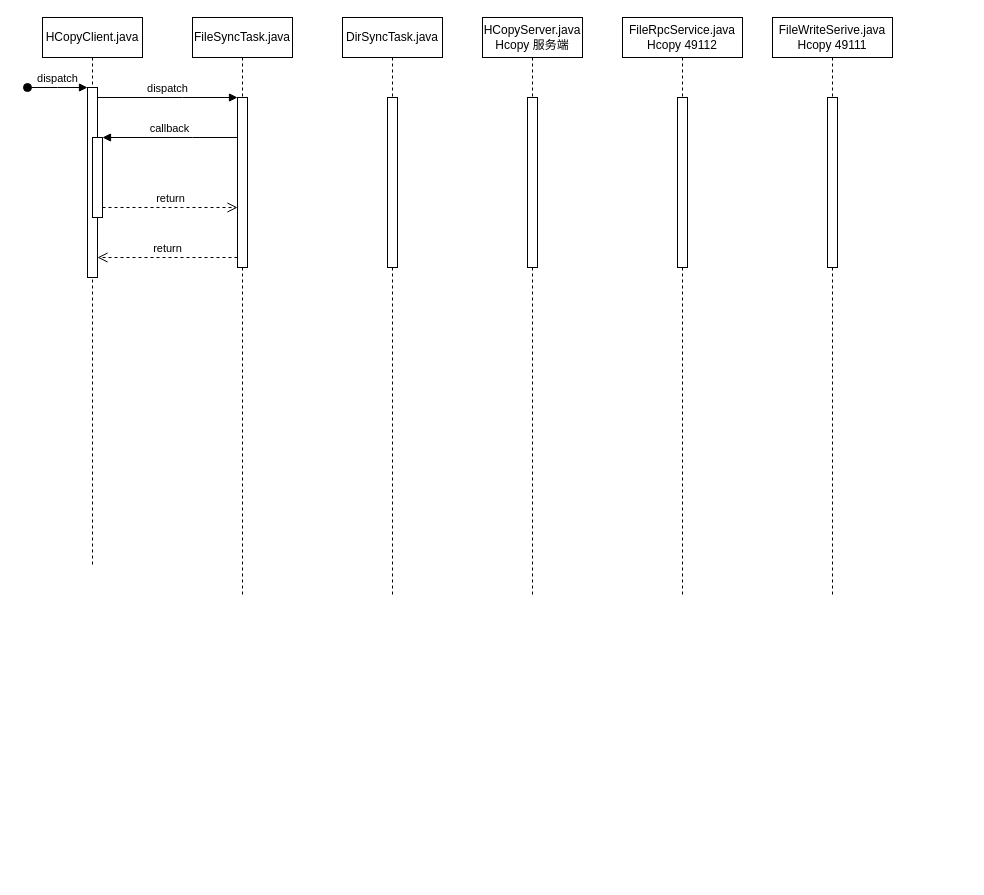
Before: seq.drawio in int32max/myjs, a draw.io diagram. Source tidied: cells renumbered, new cells numbered last; positions are measured from the earlier drawing's top-left corner, leaving out a move shared by most shapes. Both pictures are drawn from the tidied source at 100%, with x=0, y=0 at pixel (27, 17).
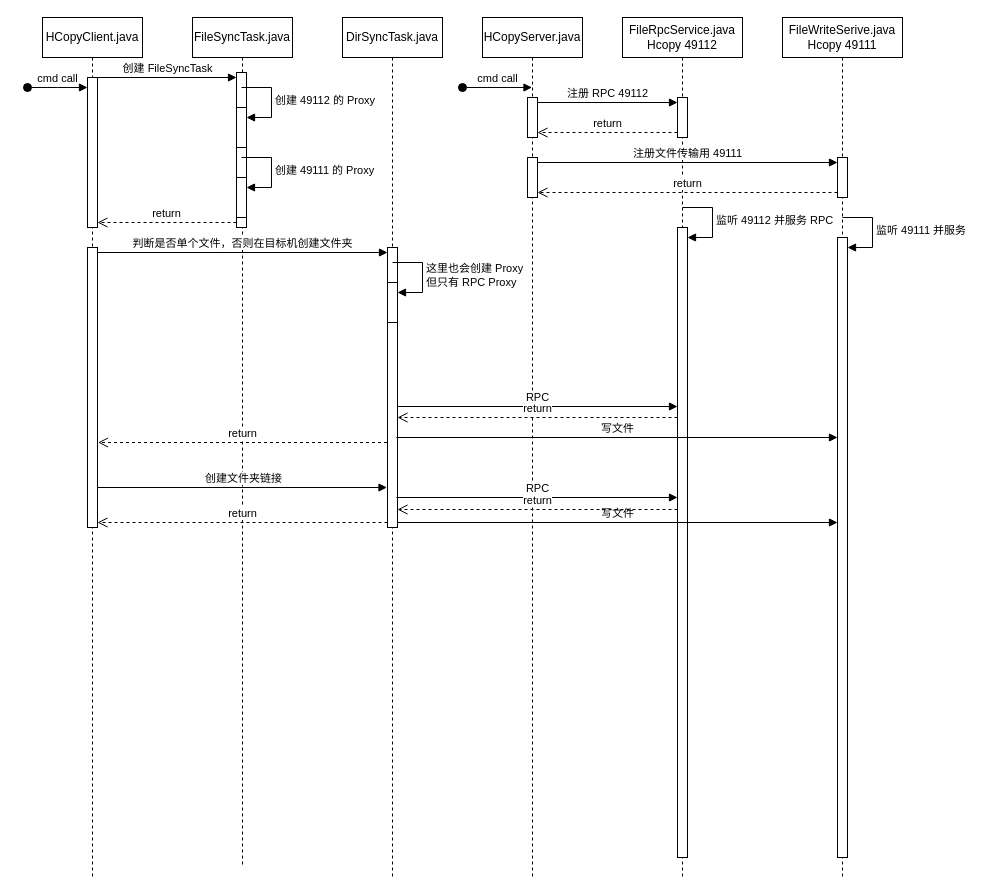
The same page after the edit.

What changed in the source:
```diff
@@
     <mxCell id="2" value="HCopyClient.java" style="shape=umlLifeline;perimeter=lifelinePerimeter;whiteSpace=wrap;html=1;newEdgeStyle={&quot;edgeStyle&quot;:&quot;elbowEdgeStyle&quot;,&quot;elbow&quot;:&quot;vertical&quot;,&quot;curved&quot;:0,&quot;rounded&quot;:0};" parent="1" vertex="1">
-      <mxGeometry x="15" width="100" height="550" as="geometry" />
+      <mxGeometry x="15" width="100" height="860" as="geometry" />
     </mxCell>
     <mxCell id="3" style="html=1;points=[];perimeter=orthogonalPerimeter;outlineConnect=0;targetShapes=umlLifeline;portConstraint=eastwest;newEdgeStyle={&quot;edgeStyle&quot;:&quot;elbowEdgeStyle&quot;,&quot;elbow&quot;:&quot;vertical&quot;,&quot;curved&quot;:0,&quot;rounded&quot;:0};" parent="2" vertex="1">
-      <mxGeometry x="45" y="70" width="10" height="190" as="geometry" />
+      <mxGeometry x="45" y="60" width="10" height="150" as="geometry" />
     </mxCell>
-    <mxCell id="4" value="dispatch" style="html=1;verticalAlign=bottom;startArrow=oval;endArrow=block;startSize=8;edgeStyle=elbowEdgeStyle;elbow=vertical;curved=0;rounded=0;" parent="2" edge="1" target="3">
+    <mxCell id="4" value="cmd call" style="html=1;verticalAlign=bottom;startArrow=oval;endArrow=block;startSize=8;edgeStyle=elbowEdgeStyle;elbow=vertical;curved=0;rounded=0;" parent="2" edge="1" target="3">
       <mxGeometry relative="1" as="geometry">
         <mxPoint x="-15" y="70" as="sourcePoint" />
       </mxGeometry>
     </mxCell>
-    <mxCell id="5" style="html=1;points=[];perimeter=orthogonalPerimeter;outlineConnect=0;targetShapes=umlLifeline;portConstraint=eastwest;newEdgeStyle={&quot;edgeStyle&quot;:&quot;elbowEdgeStyle&quot;,&quot;elbow&quot;:&quot;vertical&quot;,&quot;curved&quot;:0,&quot;rounded&quot;:0};" parent="2" vertex="1">
-      <mxGeometry x="50" y="120" width="10" height="80" as="geometry" />
-    </mxCell>
+    <mxCell id="20" style="html=1;points=[[0,0,0,0,5],[0,1,0,0,-5],[1,0,0,0,5],[1,1,0,0,-5]];perimeter=orthogonalPerimeter;outlineConnect=0;targetShapes=umlLifeline;portConstraint=eastwest;newEdgeStyle={&quot;curved&quot;:0,&quot;rounded&quot;:0};" parent="2" vertex="1">
+      <mxGeometry x="45" y="230" width="10" height="280" as="geometry" />
+    </mxCell>
     <mxCell id="6" value="FileSyncTask.java" style="shape=umlLifeline;perimeter=lifelinePerimeter;whiteSpace=wrap;html=1;newEdgeStyle={&quot;edgeStyle&quot;:&quot;elbowEdgeStyle&quot;,&quot;elbow&quot;:&quot;vertical&quot;,&quot;curved&quot;:0,&quot;rounded&quot;:0};" parent="1" vertex="1">
-      <mxGeometry x="165" width="100" height="580" as="geometry" />
+      <mxGeometry x="165" width="100" height="850" as="geometry" />
     </mxCell>
-    <mxCell id="7" style="html=1;points=[];perimeter=orthogonalPerimeter;outlineConnect=0;targetShapes=umlLifeline;portConstraint=eastwest;newEdgeStyle={&quot;edgeStyle&quot;:&quot;elbowEdgeStyle&quot;,&quot;elbow&quot;:&quot;vertical&quot;,&quot;curved&quot;:0,&quot;rounded&quot;:0};" parent="6" vertex="1">
-      <mxGeometry x="45" y="80" width="10" height="170" as="geometry" />
-    </mxCell>
-    <mxCell id="8" value="dispatch" style="html=1;verticalAlign=bottom;endArrow=block;edgeStyle=elbowEdgeStyle;elbow=vertical;curved=0;rounded=0;" parent="1" edge="1" source="3" target="7">
-      <mxGeometry relative="1" as="geometry">
-        <Array as="points">
-          <mxPoint x="155" y="80" />
-        </Array>
-      </mxGeometry>
-    </mxCell>
-    <mxCell id="9" value="return" style="html=1;verticalAlign=bottom;endArrow=open;dashed=1;endSize=8;edgeStyle=elbowEdgeStyle;elbow=vertical;curved=0;rounded=0;" parent="1" edge="1" source="7" target="3">
-      <mxGeometry relative="1" as="geometry">
-        <Array as="points">
-          <mxPoint x="165" y="240" />
-        </Array>
-      </mxGeometry>
-    </mxCell>
-    <mxCell id="10" value="callback" style="html=1;verticalAlign=bottom;endArrow=block;edgeStyle=elbowEdgeStyle;elbow=vertical;curved=0;rounded=0;" parent="1" edge="1" source="7" target="5">
-      <mxGeometry relative="1" as="geometry">
-        <Array as="points">
-          <mxPoint x="165" y="120" />
-        </Array>
-      </mxGeometry>
-    </mxCell>
-    <mxCell id="11" value="return" style="html=1;verticalAlign=bottom;endArrow=open;dashed=1;endSize=8;edgeStyle=elbowEdgeStyle;elbow=vertical;curved=0;rounded=0;" parent="1" edge="1" source="5" target="7">
-      <mxGeometry relative="1" as="geometry">
-        <Array as="points">
-          <mxPoint x="155" y="190" />
-        </Array>
-      </mxGeometry>
-    </mxCell>
+    <mxCell id="21" style="html=1;points=[[0,0,0,0,5],[0,1,0,0,-5],[1,0,0,0,5],[1,1,0,0,-5]];perimeter=orthogonalPerimeter;outlineConnect=0;targetShapes=umlLifeline;portConstraint=eastwest;newEdgeStyle={&quot;curved&quot;:0,&quot;rounded&quot;:0};" parent="6" vertex="1">
+      <mxGeometry x="44" y="55" width="10" height="155" as="geometry" />
+    </mxCell>
+    <mxCell id="22" style="html=1;points=[[0,0,0,0,5],[0,1,0,0,-5],[1,0,0,0,5],[1,1,0,0,-5]];perimeter=orthogonalPerimeter;outlineConnect=0;targetShapes=umlLifeline;portConstraint=eastwest;newEdgeStyle={&quot;curved&quot;:0,&quot;rounded&quot;:0};" parent="6" vertex="1">
+      <mxGeometry x="44" y="90" width="10" height="40" as="geometry" />
+    </mxCell>
+    <mxCell id="23" value="创建 49112 的 Proxy" style="html=1;align=left;spacingLeft=2;endArrow=block;rounded=0;edgeStyle=orthogonalEdgeStyle;curved=0;rounded=0;" parent="6" edge="1" target="22">
+      <mxGeometry relative="1" as="geometry">
+        <mxPoint x="49" y="70" as="sourcePoint" />
+        <Array as="points">
+          <mxPoint x="79" y="100" />
+        </Array>
+      </mxGeometry>
+    </mxCell>
+    <mxCell id="24" style="html=1;points=[[0,0,0,0,5],[0,1,0,0,-5],[1,0,0,0,5],[1,1,0,0,-5]];perimeter=orthogonalPerimeter;outlineConnect=0;targetShapes=umlLifeline;portConstraint=eastwest;newEdgeStyle={&quot;curved&quot;:0,&quot;rounded&quot;:0};" parent="6" vertex="1">
+      <mxGeometry x="44" y="160" width="10" height="40" as="geometry" />
+    </mxCell>
+    <mxCell id="25" value="创建 49111 的 Proxy" style="html=1;align=left;spacingLeft=2;endArrow=block;rounded=0;edgeStyle=orthogonalEdgeStyle;curved=0;rounded=0;" parent="6" edge="1" target="24">
+      <mxGeometry relative="1" as="geometry">
+        <mxPoint x="49" y="140" as="sourcePoint" />
+        <Array as="points">
+          <mxPoint x="79" y="170" />
+        </Array>
+      </mxGeometry>
+    </mxCell>
     <mxCell id="12" value="DirSyncTask.java" style="shape=umlLifeline;perimeter=lifelinePerimeter;whiteSpace=wrap;html=1;newEdgeStyle={&quot;edgeStyle&quot;:&quot;elbowEdgeStyle&quot;,&quot;elbow&quot;:&quot;vertical&quot;,&quot;curved&quot;:0,&quot;rounded&quot;:0};" parent="1" vertex="1">
-      <mxGeometry x="315" width="100" height="580" as="geometry" />
+      <mxGeometry x="315" width="100" height="860" as="geometry" />
     </mxCell>
-    <mxCell id="13" style="html=1;perimeter=orthogonalPerimeter;targetShapes=umlLifeline;newEdgeStyle={&quot;edgeStyle&quot;:&quot;elbowEdgeStyle&quot;,&quot;elbow&quot;:&quot;vertical&quot;,&quot;curved&quot;:0,&quot;rounded&quot;:0};" parent="12" vertex="1">
-      <mxGeometry x="45" y="80" width="10" height="170" as="geometry" />
-    </mxCell>
+    <mxCell id="26" style="html=1;points=[[0,0,0,0,5],[0,1,0,0,-5],[1,0,0,0,5],[1,1,0,0,-5]];perimeter=orthogonalPerimeter;outlineConnect=0;targetShapes=umlLifeline;portConstraint=eastwest;newEdgeStyle={&quot;curved&quot;:0,&quot;rounded&quot;:0};" parent="12" vertex="1">
+      <mxGeometry x="45" y="230" width="10" height="280" as="geometry" />
+    </mxCell>
+    <mxCell id="27" style="html=1;points=[[0,0,0,0,5],[0,1,0,0,-5],[1,0,0,0,5],[1,1,0,0,-5]];perimeter=orthogonalPerimeter;outlineConnect=0;targetShapes=umlLifeline;portConstraint=eastwest;newEdgeStyle={&quot;curved&quot;:0,&quot;rounded&quot;:0};" parent="12" vertex="1">
+      <mxGeometry x="45" y="265" width="10" height="40" as="geometry" />
+    </mxCell>
+    <mxCell id="28" value="这里也会创建 Proxy&lt;br&gt;但只有 RPC Proxy" style="html=1;align=left;spacingLeft=2;endArrow=block;rounded=0;edgeStyle=orthogonalEdgeStyle;curved=0;rounded=0;" parent="12" edge="1" target="27">
+      <mxGeometry relative="1" as="geometry">
+        <mxPoint x="50" y="245" as="sourcePoint" />
+        <Array as="points">
+          <mxPoint x="80" y="275" />
+        </Array>
+      </mxGeometry>
+    </mxCell>
-    <mxCell id="14" value="HCopyServer.java&lt;br&gt;Hcopy 服务端" style="shape=umlLifeline;perimeter=lifelinePerimeter;whiteSpace=wrap;html=1;outlineConnect=0;portConstraint=eastwest;newEdgeStyle={&quot;edgeStyle&quot;:&quot;elbowEdgeStyle&quot;,&quot;elbow&quot;:&quot;vertical&quot;,&quot;curved&quot;:0,&quot;rounded&quot;:0};" parent="1" vertex="1">
-      <mxGeometry x="455" width="100" height="580" as="geometry" />
+    <mxCell id="14" value="HCopyServer.java" style="shape=umlLifeline;perimeter=lifelinePerimeter;whiteSpace=wrap;html=1;outlineConnect=0;portConstraint=eastwest;newEdgeStyle={&quot;edgeStyle&quot;:&quot;elbowEdgeStyle&quot;,&quot;elbow&quot;:&quot;vertical&quot;,&quot;curved&quot;:0,&quot;rounded&quot;:0};" parent="1" vertex="1">
+      <mxGeometry x="455" width="100" height="860" as="geometry" />
     </mxCell>
-    <mxCell id="15" style="html=1;perimeter=orthogonalPerimeter;targetShapes=umlLifeline;newEdgeStyle={&quot;edgeStyle&quot;:&quot;elbowEdgeStyle&quot;,&quot;elbow&quot;:&quot;vertical&quot;,&quot;curved&quot;:0,&quot;rounded&quot;:0};" parent="14" vertex="1">
-      <mxGeometry x="45" y="80" width="10" height="170" as="geometry" />
-    </mxCell>
+    <mxCell id="29" style="html=1;points=[[0,0,0,0,5],[0,1,0,0,-5],[1,0,0,0,5],[1,1,0,0,-5]];perimeter=orthogonalPerimeter;outlineConnect=0;targetShapes=umlLifeline;portConstraint=eastwest;newEdgeStyle={&quot;curved&quot;:0,&quot;rounded&quot;:0};" parent="14" vertex="1">
+      <mxGeometry x="45" y="80" width="10" height="40" as="geometry" />
+    </mxCell>
+    <mxCell id="30" style="html=1;points=[[0,0,0,0,5],[0,1,0,0,-5],[1,0,0,0,5],[1,1,0,0,-5]];perimeter=orthogonalPerimeter;outlineConnect=0;targetShapes=umlLifeline;portConstraint=eastwest;newEdgeStyle={&quot;curved&quot;:0,&quot;rounded&quot;:0};" parent="14" vertex="1">
+      <mxGeometry x="45" y="140" width="10" height="40" as="geometry" />
+    </mxCell>
     <mxCell id="16" value="FileRpcService.java&lt;br&gt;Hcopy 49112" style="shape=umlLifeline;perimeter=lifelinePerimeter;whiteSpace=wrap;html=1;newEdgeStyle={&quot;edgeStyle&quot;:&quot;elbowEdgeStyle&quot;,&quot;elbow&quot;:&quot;vertical&quot;,&quot;curved&quot;:0,&quot;rounded&quot;:0};" parent="1" vertex="1">
-      <mxGeometry x="595" width="120" height="580" as="geometry" />
+      <mxGeometry x="595" width="120" height="860" as="geometry" />
     </mxCell>
-    <mxCell id="17" style="html=1;perimeter=orthogonalPerimeter;targetShapes=umlLifeline;newEdgeStyle={&quot;edgeStyle&quot;:&quot;elbowEdgeStyle&quot;,&quot;elbow&quot;:&quot;vertical&quot;,&quot;curved&quot;:0,&quot;rounded&quot;:0};" parent="16" vertex="1">
-      <mxGeometry x="55" y="80" width="10" height="170" as="geometry" />
-    </mxCell>
+    <mxCell id="31" style="html=1;points=[[0,0,0,0,5],[0,1,0,0,-5],[1,0,0,0,5],[1,1,0,0,-5]];perimeter=orthogonalPerimeter;outlineConnect=0;targetShapes=umlLifeline;portConstraint=eastwest;newEdgeStyle={&quot;curved&quot;:0,&quot;rounded&quot;:0};" parent="16" vertex="1">
+      <mxGeometry x="55" y="80" width="10" height="40" as="geometry" />
+    </mxCell>
+    <mxCell id="32" style="html=1;points=[[0,0,0,0,5],[0,1,0,0,-5],[1,0,0,0,5],[1,1,0,0,-5]];perimeter=orthogonalPerimeter;outlineConnect=0;targetShapes=umlLifeline;portConstraint=eastwest;newEdgeStyle={&quot;curved&quot;:0,&quot;rounded&quot;:0};" parent="16" vertex="1">
+      <mxGeometry x="55" y="210" width="10" height="630" as="geometry" />
+    </mxCell>
+    <mxCell id="33" value="监听 49112 并服务 RPC" style="html=1;align=left;spacingLeft=2;endArrow=block;rounded=0;edgeStyle=orthogonalEdgeStyle;curved=0;rounded=0;" parent="16" edge="1" target="32">
+      <mxGeometry relative="1" as="geometry">
+        <mxPoint x="60" y="190" as="sourcePoint" />
+        <Array as="points">
+          <mxPoint x="90" y="220" />
+        </Array>
+      </mxGeometry>
+    </mxCell>
     <mxCell id="18" value="FileWriteSerive.java&lt;br&gt;Hcopy 49111" style="shape=umlLifeline;perimeter=lifelinePerimeter;whiteSpace=wrap;html=1;newEdgeStyle={&quot;edgeStyle&quot;:&quot;elbowEdgeStyle&quot;,&quot;elbow&quot;:&quot;vertical&quot;,&quot;curved&quot;:0,&quot;rounded&quot;:0};" parent="1" vertex="1">
-      <mxGeometry x="745" width="120" height="580" as="geometry" />
+      <mxGeometry x="755" width="120" height="860" as="geometry" />
     </mxCell>
-    <mxCell id="19" style="html=1;perimeter=orthogonalPerimeter;targetShapes=umlLifeline;newEdgeStyle={&quot;edgeStyle&quot;:&quot;elbowEdgeStyle&quot;,&quot;elbow&quot;:&quot;vertical&quot;,&quot;curved&quot;:0,&quot;rounded&quot;:0};" parent="18" vertex="1">
-      <mxGeometry x="55" y="80" width="10" height="170" as="geometry" />
-    </mxCell>
+    <mxCell id="34" style="html=1;points=[[0,0,0,0,5],[0,1,0,0,-5],[1,0,0,0,5],[1,1,0,0,-5]];perimeter=orthogonalPerimeter;outlineConnect=0;targetShapes=umlLifeline;portConstraint=eastwest;newEdgeStyle={&quot;curved&quot;:0,&quot;rounded&quot;:0};" parent="18" vertex="1">
+      <mxGeometry x="55" y="140" width="10" height="40" as="geometry" />
+    </mxCell>
+    <mxCell id="35" style="html=1;points=[[0,0,0,0,5],[0,1,0,0,-5],[1,0,0,0,5],[1,1,0,0,-5]];perimeter=orthogonalPerimeter;outlineConnect=0;targetShapes=umlLifeline;portConstraint=eastwest;newEdgeStyle={&quot;curved&quot;:0,&quot;rounded&quot;:0};" parent="18" vertex="1">
+      <mxGeometry x="55" y="220" width="10" height="620" as="geometry" />
+    </mxCell>
+    <mxCell id="36" value="监听 49111 并服务" style="html=1;align=left;spacingLeft=2;endArrow=block;rounded=0;edgeStyle=orthogonalEdgeStyle;curved=0;rounded=0;" parent="18" edge="1" target="35">
+      <mxGeometry relative="1" as="geometry">
+        <mxPoint x="60" y="200" as="sourcePoint" />
+        <Array as="points">
+          <mxPoint x="90" y="230" />
+        </Array>
+      </mxGeometry>
+    </mxCell>
+    <mxCell id="37" value="cmd call" style="html=1;verticalAlign=bottom;startArrow=oval;startFill=1;endArrow=block;startSize=8;curved=0;rounded=0;" parent="1" edge="1" target="14">
+      <mxGeometry relative="1" as="geometry">
+        <mxPoint x="435" y="70" as="sourcePoint" />
+      </mxGeometry>
+    </mxCell>
+    <mxCell id="38" value="注册 RPC 49112" style="html=1;verticalAlign=bottom;endArrow=block;curved=0;rounded=0;entryX=0;entryY=0;entryDx=0;entryDy=5;exitX=1;exitY=0;exitDx=0;exitDy=5;exitPerimeter=0;" parent="1" edge="1" source="29" target="31">
+      <mxGeometry relative="1" as="geometry" />
+    </mxCell>
+    <mxCell id="39" value="return" style="html=1;verticalAlign=bottom;endArrow=open;dashed=1;endSize=8;curved=0;rounded=0;exitX=0;exitY=1;exitDx=0;exitDy=-5;entryX=1;entryY=1;entryDx=0;entryDy=-5;entryPerimeter=0;" parent="1" edge="1" source="31" target="29">
+      <mxGeometry relative="1" as="geometry" />
+    </mxCell>
+    <mxCell id="40" value="注册文件传输用 49111" style="html=1;verticalAlign=bottom;endArrow=block;curved=0;rounded=0;entryX=0;entryY=0;entryDx=0;entryDy=5;exitX=1;exitY=0;exitDx=0;exitDy=5;exitPerimeter=0;" parent="1" edge="1" source="30" target="34">
+      <mxGeometry relative="1" as="geometry" />
+    </mxCell>
+    <mxCell id="41" value="return" style="html=1;verticalAlign=bottom;endArrow=open;dashed=1;endSize=8;curved=0;rounded=0;exitX=0;exitY=1;exitDx=0;exitDy=-5;entryX=1;entryY=1;entryDx=0;entryDy=-5;entryPerimeter=0;" parent="1" edge="1" source="34" target="30">
+      <mxGeometry relative="1" as="geometry" />
+    </mxCell>
+    <mxCell id="42" value="创建 FileSyncTask" style="html=1;verticalAlign=bottom;endArrow=block;curved=0;rounded=0;entryX=0;entryY=0;entryDx=0;entryDy=5;" parent="1" edge="1" source="3" target="21">
+      <mxGeometry relative="1" as="geometry" />
+    </mxCell>
+    <mxCell id="43" value="return" style="html=1;verticalAlign=bottom;endArrow=open;dashed=1;endSize=8;curved=0;rounded=0;exitX=0;exitY=1;exitDx=0;exitDy=-5;" parent="1" edge="1" source="21" target="3">
+      <mxGeometry relative="1" as="geometry" />
+    </mxCell>
+    <mxCell id="44" value="判断是否单个文件，否则在目标机创建文件夹" style="html=1;verticalAlign=bottom;endArrow=block;curved=0;rounded=0;entryX=0;entryY=0;entryDx=0;entryDy=5;exitX=1;exitY=0;exitDx=0;exitDy=5;exitPerimeter=0;entryPerimeter=0;" parent="1" edge="1" source="20" target="26">
+      <mxGeometry relative="1" as="geometry" />
+    </mxCell>
+    <mxCell id="45" value="return" style="html=1;verticalAlign=bottom;endArrow=open;dashed=1;endSize=8;curved=0;rounded=0;exitX=0;exitY=1;exitDx=0;exitDy=-5;entryX=1;entryY=1;entryDx=0;entryDy=-5;entryPerimeter=0;" parent="1" edge="1" source="26" target="20">
+      <mxGeometry relative="1" as="geometry" />
+    </mxCell>
+    <mxCell id="46" value="return" style="html=1;verticalAlign=bottom;endArrow=open;dashed=1;endSize=8;curved=0;rounded=0;" parent="1" edge="1">
+      <mxGeometry relative="1" as="geometry">
+        <mxPoint x="359.5" y="425" as="sourcePoint" />
+        <mxPoint x="70.5" y="425" as="targetPoint" />
+      </mxGeometry>
+    </mxCell>
+    <mxCell id="47" value="创建文件夹链接" style="html=1;verticalAlign=bottom;endArrow=block;curved=0;rounded=0;" parent="1" edge="1">
+      <mxGeometry relative="1" as="geometry">
+        <mxPoint x="70.5" y="470" as="sourcePoint" />
+        <mxPoint x="359.5" y="470" as="targetPoint" />
+      </mxGeometry>
+    </mxCell>
+    <mxCell id="48" value="RPC" style="html=1;verticalAlign=bottom;endArrow=block;curved=0;rounded=0;exitX=1;exitY=0;exitDx=0;exitDy=5;exitPerimeter=0;" parent="1" edge="1">
+      <mxGeometry relative="1" as="geometry">
+        <mxPoint x="370" y="389" as="sourcePoint" />
+        <mxPoint x="650" y="389" as="targetPoint" />
+      </mxGeometry>
+    </mxCell>
+    <mxCell id="49" value="写文件" style="html=1;verticalAlign=bottom;endArrow=block;curved=0;rounded=0;" parent="1" edge="1">
+      <mxGeometry relative="1" as="geometry">
+        <mxPoint x="369" y="420" as="sourcePoint" />
+        <mxPoint x="810" y="420" as="targetPoint" />
+      </mxGeometry>
+    </mxCell>
+    <mxCell id="50" value="RPC" style="html=1;verticalAlign=bottom;endArrow=block;curved=0;rounded=0;exitX=1;exitY=0;exitDx=0;exitDy=5;exitPerimeter=0;" parent="1" edge="1">
+      <mxGeometry relative="1" as="geometry">
+        <mxPoint x="369" y="480" as="sourcePoint" />
+        <mxPoint x="650" y="480" as="targetPoint" />
+      </mxGeometry>
+    </mxCell>
+    <mxCell id="51" value="写文件" style="html=1;verticalAlign=bottom;endArrow=block;curved=0;rounded=0;exitX=1;exitY=1;exitDx=0;exitDy=-5;exitPerimeter=0;" parent="1" edge="1" source="26" target="35">
+      <mxGeometry relative="1" as="geometry" />
+    </mxCell>
+    <mxCell id="52" value="return" style="html=1;verticalAlign=bottom;endArrow=open;dashed=1;endSize=8;curved=0;rounded=0;" parent="1" edge="1">
+      <mxGeometry relative="1" as="geometry">
+        <mxPoint x="650" y="492" as="sourcePoint" />
+        <mxPoint x="370" y="492" as="targetPoint" />
+      </mxGeometry>
+    </mxCell>
+    <mxCell id="53" value="return" style="html=1;verticalAlign=bottom;endArrow=open;dashed=1;endSize=8;curved=0;rounded=0;" parent="1" edge="1">
+      <mxGeometry relative="1" as="geometry">
+        <mxPoint x="650" y="400" as="sourcePoint" />
+        <mxPoint x="370" y="400" as="targetPoint" />
+      </mxGeometry>
+    </mxCell>
```
